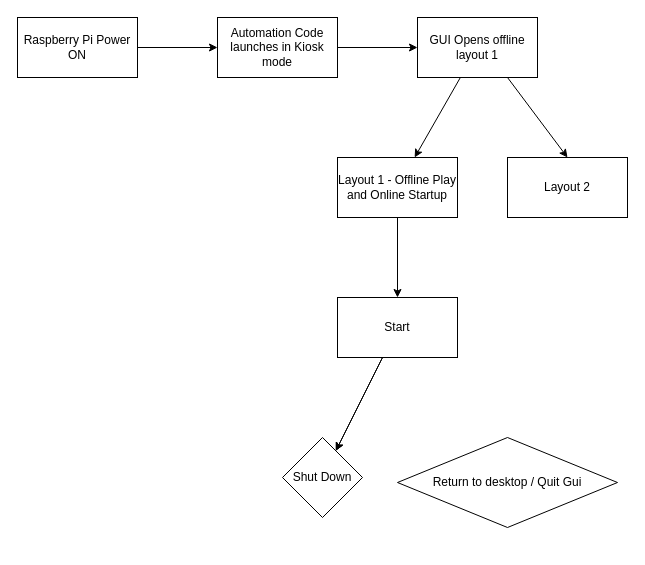
Above: documents/uml.drawio in mitchellkolb/pi-music-player (draw.io), before the change. Source tidied: cells renumbered, new cells numbered last; positions are measured from the earlier drawing's top-left corner, leaving out a move shared by most shapes. Both pictures are drawn from the tidied source at 100%, with x=0, y=0 at pixel (17, 17).
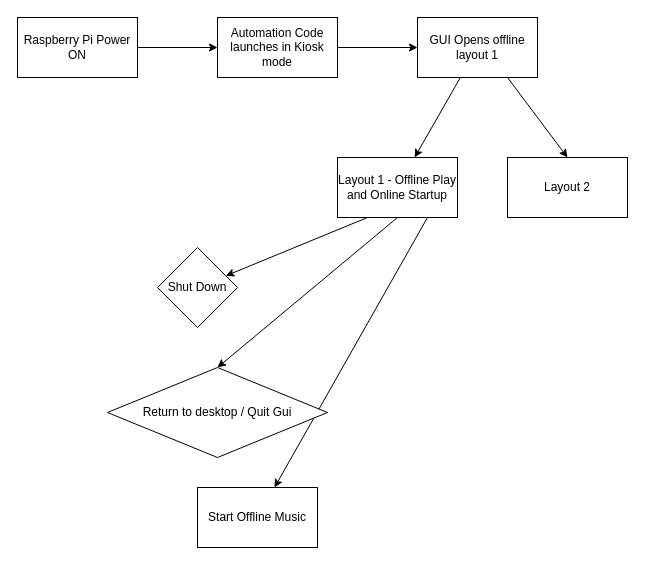
The same diagram, later.

Commit message:
Layout endpoints completed: Shut down, RtD, SOffline

Change to the diagram source:
```diff
@@
 <mxGraphModel>
   <root>
     <mxCell id="0" />
     <mxCell id="1" parent="0" />
     <mxCell id="2" style="edgeStyle=none;html=1;exitX=1;exitY=0.5;exitDx=0;exitDy=0;entryX=0;entryY=0.5;entryDx=0;entryDy=0;" parent="1" edge="1" source="3" target="4">
       <mxGeometry relative="1" as="geometry" />
     </mxCell>
     <mxCell id="3" value="Raspberry Pi Power ON" style="whiteSpace=wrap;html=1;" parent="1" vertex="1">
       <mxGeometry width="120" height="60" as="geometry" />
     </mxCell>
     <mxCell id="4" value="Automation Code launches in Kiosk mode" style="whiteSpace=wrap;html=1;" parent="1" vertex="1">
       <mxGeometry x="200" width="120" height="60" as="geometry" />
     </mxCell>
     <mxCell id="5" style="edgeStyle=none;html=1;exitX=1;exitY=0.5;exitDx=0;exitDy=0;entryX=0;entryY=0.5;entryDx=0;entryDy=0;" parent="1" edge="1" source="4" target="8">
       <mxGeometry relative="1" as="geometry" />
     </mxCell>
     <mxCell id="6" style="edgeStyle=none;html=1;" parent="1" edge="1" source="8" target="10">
       <mxGeometry relative="1" as="geometry" />
     </mxCell>
     <mxCell id="7" style="edgeStyle=none;html=1;exitX=0.75;exitY=1;exitDx=0;exitDy=0;entryX=0.5;entryY=0;entryDx=0;entryDy=0;" parent="1" edge="1" source="8" target="11">
       <mxGeometry relative="1" as="geometry" />
     </mxCell>
     <mxCell id="8" value="GUI Opens offline layout 1" style="whiteSpace=wrap;html=1;" parent="1" vertex="1">
       <mxGeometry x="400" width="120" height="60" as="geometry" />
     </mxCell>
-    <mxCell id="9" style="edgeStyle=none;html=1;" parent="1" edge="1" source="10" target="14">
+    <mxCell id="9" style="edgeStyle=none;html=1;exitX=0.75;exitY=1;exitDx=0;exitDy=0;" parent="1" edge="1" source="10" target="14">
       <mxGeometry relative="1" as="geometry" />
     </mxCell>
     <mxCell id="10" value="Layout 1 - Offline Play and Online Startup" style="whiteSpace=wrap;html=1;" parent="1" vertex="1">
       <mxGeometry x="320" y="140" width="120" height="60" as="geometry" />
     </mxCell>
     <mxCell id="11" value="Layout 2" style="whiteSpace=wrap;html=1;" parent="1" vertex="1">
       <mxGeometry x="490" y="140" width="120" height="60" as="geometry" />
     </mxCell>
-    <mxCell id="12" style="edgeStyle=none;html=1;" parent="1" edge="1" source="14" target="15">
-      <mxGeometry relative="1" as="geometry" />
-    </mxCell>
-    <mxCell id="13" style="edgeStyle=none;html=1;" parent="1" edge="1" source="14" target="15">
+    <mxCell id="13" style="edgeStyle=none;html=1;exitX=0.25;exitY=1;exitDx=0;exitDy=0;" parent="1" edge="1" source="10" target="15">
       <mxGeometry relative="1" as="geometry" />
     </mxCell>
+    <mxCell id="17" style="edgeStyle=none;html=1;exitX=0.5;exitY=1;exitDx=0;exitDy=0;entryX=0.5;entryY=0;entryDx=0;entryDy=0;" parent="1" edge="1" source="10" target="16">
+      <mxGeometry relative="1" as="geometry" />
+    </mxCell>
-    <mxCell id="14" value="Start" style="whiteSpace=wrap;html=1;" parent="1" vertex="1">
-      <mxGeometry x="320" y="280" width="120" height="60" as="geometry" />
+    <mxCell id="14" value="Start Offline Music" style="whiteSpace=wrap;html=1;" parent="1" vertex="1">
+      <mxGeometry x="180" y="470" width="120" height="60" as="geometry" />
     </mxCell>
     <mxCell id="15" value="Shut Down" style="rhombus;whiteSpace=wrap;html=1;" parent="1" vertex="1">
-      <mxGeometry x="265" y="420" width="80" height="80" as="geometry" />
+      <mxGeometry x="140" y="230" width="80" height="80" as="geometry" />
     </mxCell>
     <mxCell id="16" value="Return to desktop / Quit Gui" style="rhombus;whiteSpace=wrap;html=1;" parent="1" vertex="1">
-      <mxGeometry x="380" y="420" width="220" height="90" as="geometry" />
+      <mxGeometry x="90" y="350" width="220" height="90" as="geometry" />
     </mxCell>
   </root>
 </mxGraphModel>
```
